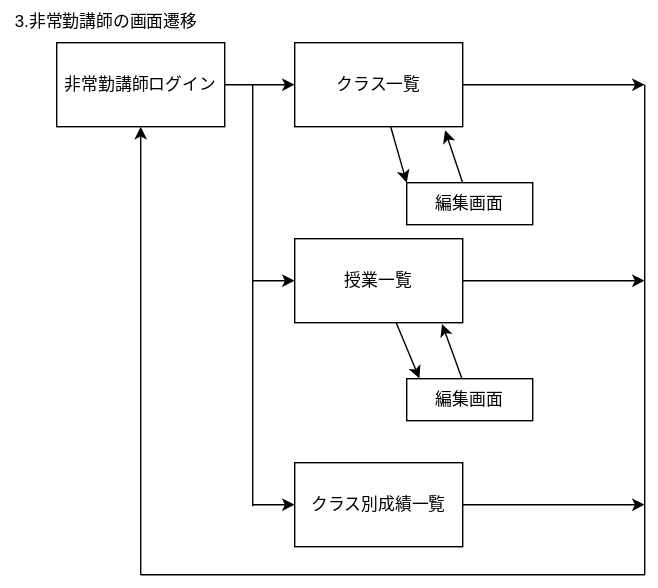
This is teamG5.drawio.svg from Skypeace8585/uml-introduction, a draw.io export, as it was before one commit. Source tidied: cells renumbered, new cells last; positions are measured from the earlier drawing's top-left corner, leaving out a move shared by most shapes.
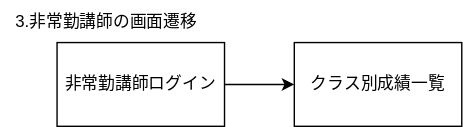
Later version of the same file.

Change to the diagram source:
```diff
@@ -13,80 +13,8 @@
     <mxCell id="4" value="非常勤講師ログイン" style="rounded=0;whiteSpace=wrap;html=1;" parent="1" vertex="1">
       <mxGeometry x="40" y="30" width="120" height="60" as="geometry" />
     </mxCell>
-    <mxCell id="5" style="edgeStyle=none;html=1;" parent="1" edge="1" source="7">
-      <mxGeometry relative="1" as="geometry">
-        <mxPoint x="460" y="60" as="targetPoint" />
-      </mxGeometry>
-    </mxCell>
-    <mxCell id="6" style="edgeStyle=none;html=1;entryX=0;entryY=0;entryDx=0;entryDy=0;" parent="1" edge="1" source="7" target="19">
-      <mxGeometry relative="1" as="geometry" />
-    </mxCell>
-    <mxCell id="7" value="クラス一覧" style="rounded=0;whiteSpace=wrap;html=1;" parent="1" vertex="1">
-      <mxGeometry x="210" y="30" width="120" height="60" as="geometry" />
-    </mxCell>
-    <mxCell id="8" style="endArrow=none;html=1;" parent="1" edge="1">
-      <mxGeometry relative="1" as="geometry">
-        <mxPoint x="180" y="361.1" as="sourcePoint" />
-        <mxPoint x="180" y="60" as="targetPoint" />
-      </mxGeometry>
-    </mxCell>
-    <mxCell id="9" style="edgeStyle=none;html=1;entryX=0.101;entryY=-0.007;entryDx=0;entryDy=0;entryPerimeter=0;" parent="1" edge="1" source="11" target="17">
-      <mxGeometry relative="1" as="geometry" />
-    </mxCell>
-    <mxCell id="10" style="edgeStyle=none;html=1;" parent="1" edge="1" source="11">
-      <mxGeometry relative="1" as="geometry">
-        <mxPoint x="460" y="200" as="targetPoint" />
-      </mxGeometry>
-    </mxCell>
-    <mxCell id="11" value="授業一覧" style="rounded=0;whiteSpace=wrap;html=1;" parent="1" vertex="1">
-      <mxGeometry x="210" y="170" width="120" height="60" as="geometry" />
-    </mxCell>
-    <mxCell id="12" style="endArrow=classic;html=1;entryX=0;entryY=0.5;entryDx=0;entryDy=0;" parent="1" edge="1" target="11">
-      <mxGeometry relative="1" as="geometry">
-        <mxPoint x="180" y="200" as="sourcePoint" />
-      </mxGeometry>
-    </mxCell>
-    <mxCell id="13" style="edgeStyle=none;html=1;" parent="1" edge="1" source="14">
-      <mxGeometry relative="1" as="geometry">
-        <mxPoint x="460" y="360" as="targetPoint" />
-      </mxGeometry>
-    </mxCell>
     <mxCell id="14" value="クラス別成績一覧" style="rounded=0;whiteSpace=wrap;html=1;" parent="1" vertex="1">
-      <mxGeometry x="210" y="330" width="120" height="60" as="geometry" />
+      <mxGeometry x="210" y="30" width="120" height="60" as="geometry" />
     </mxCell>
-    <mxCell id="15" style="endArrow=classic;html=1;entryX=0;entryY=0.5;entryDx=0;entryDy=0;" parent="1" edge="1" target="14">
-      <mxGeometry relative="1" as="geometry">
-        <mxPoint x="180" y="360" as="sourcePoint" />
-      </mxGeometry>
-    </mxCell>
-    <mxCell id="16" style="edgeStyle=none;html=1;entryX=0.877;entryY=1.015;entryDx=0;entryDy=0;entryPerimeter=0;" parent="1" edge="1" source="17" target="11">
-      <mxGeometry relative="1" as="geometry" />
-    </mxCell>
-    <mxCell id="17" value="編集画面" style="rounded=0;whiteSpace=wrap;html=1;" parent="1" vertex="1">
-      <mxGeometry x="290" y="270" width="90" height="30" as="geometry" />
-    </mxCell>
-    <mxCell id="18" style="edgeStyle=none;html=1;entryX=0.895;entryY=1.043;entryDx=0;entryDy=0;entryPerimeter=0;" parent="1" edge="1" source="19" target="7">
-      <mxGeometry relative="1" as="geometry" />
-    </mxCell>
-    <mxCell id="19" value="編集画面" style="rounded=0;whiteSpace=wrap;html=1;" parent="1" vertex="1">
-      <mxGeometry x="290" y="130" width="90" height="30" as="geometry" />
-    </mxCell>
-    <mxCell id="20" style="endArrow=none;html=1;" parent="1" edge="1">
-      <mxGeometry relative="1" as="geometry">
-        <mxPoint x="460" y="60" as="sourcePoint" />
-        <mxPoint x="460" y="410" as="targetPoint" />
-      </mxGeometry>
-    </mxCell>
-    <mxCell id="21" style="endArrow=none;html=1;" parent="1" edge="1">
-      <mxGeometry relative="1" as="geometry">
-        <mxPoint x="100" y="410" as="sourcePoint" />
-        <mxPoint x="460" y="410" as="targetPoint" />
-      </mxGeometry>
-    </mxCell>
-    <mxCell id="22" style="endArrow=classic;html=1;entryX=0.5;entryY=1;entryDx=0;entryDy=0;" parent="1" edge="1" target="4">
-      <mxGeometry relative="1" as="geometry">
-        <mxPoint x="100" y="410" as="sourcePoint" />
-      </mxGeometry>
-    </mxCell>
   </root>
 </mxGraphModel>
```
